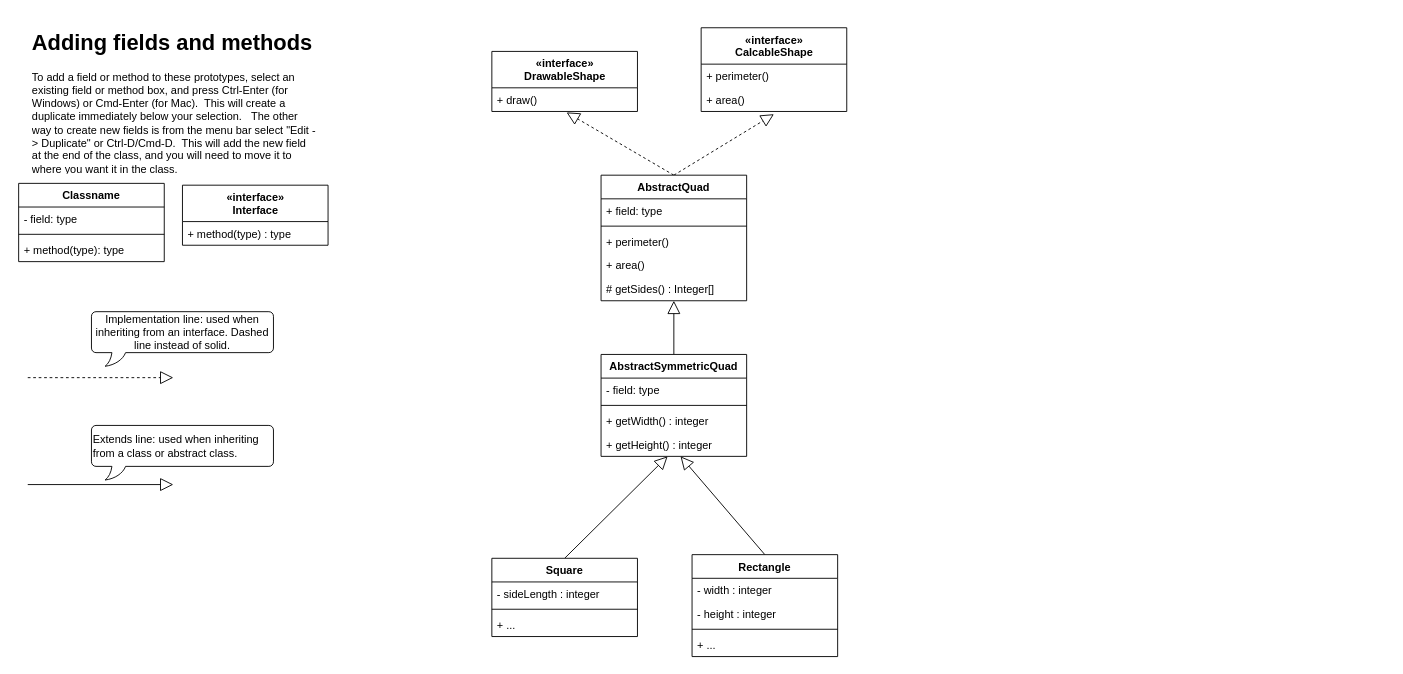
Above: CiSC210_UMLdiagram.drawio in nateqdruen/CiSC210homework (draw.io), before the change. Source tidied: cells renumbered, new cells numbered last; positions are measured from the earlier drawing's top-left corner, leaving out a move shared by most shapes. Both pictures are drawn from the tidied source at 91%, with x=0, y=0 at pixel (18, 25).
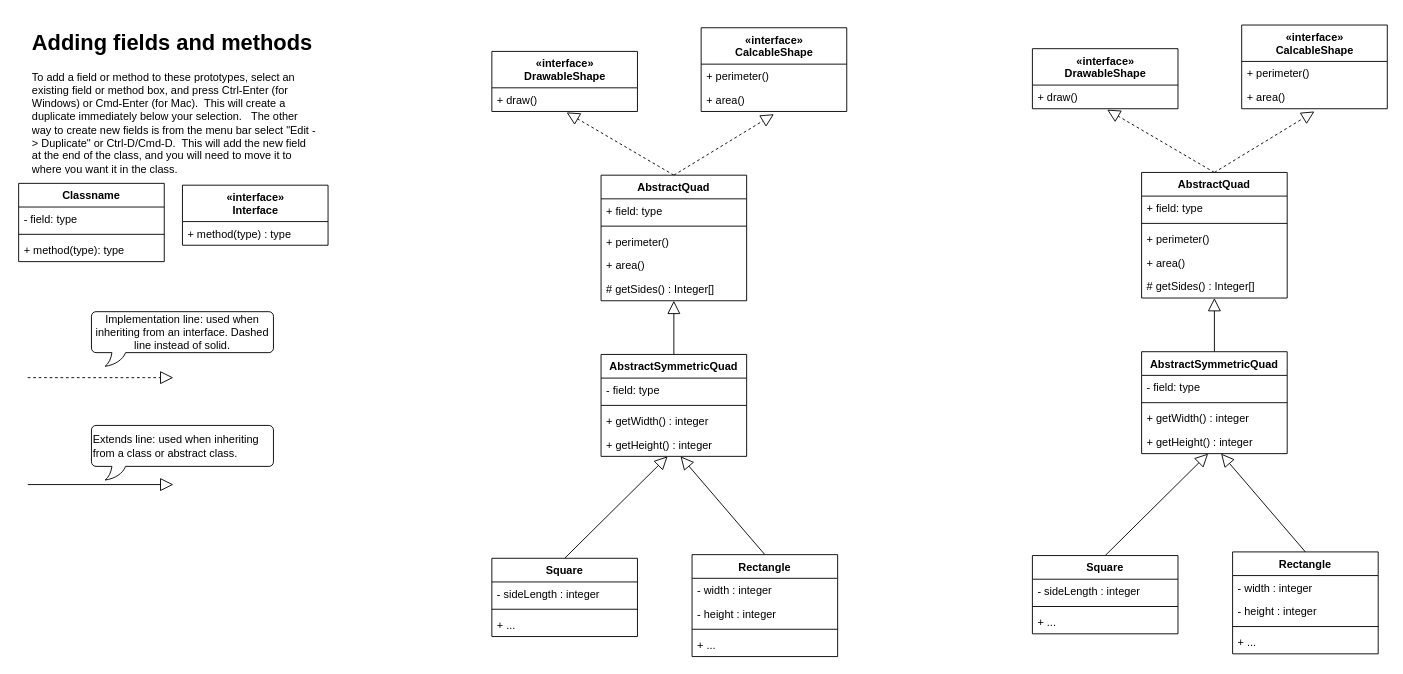
The same diagram, later.

The edit, as a diff of the source:
```diff
@@
+    <mxCell id="43" style="rounded=1;jettySize=auto;html=1;entryX=0.513;entryY=1.038;entryDx=0;entryDy=0;entryPerimeter=0;orthogonal=1;exitX=0.5;exitY=0;exitDx=0;exitDy=0;endArrow=block;endFill=0;endSize=12;dashed=1;" parent="1" edge="1" source="45" target="58">
+      <mxGeometry relative="1" as="geometry" />
+    </mxCell>
+    <mxCell id="44" style="jettySize=auto;html=1;orthogonal=1;exitX=0.5;exitY=0;exitDx=0;exitDy=0;endArrow=block;endFill=0;endSize=12;rounded=1;dashed=1;entryX=0.5;entryY=1.115;entryDx=0;entryDy=0;entryPerimeter=0;" parent="1" edge="1" source="45" target="61">
+      <mxGeometry relative="1" as="geometry" />
+    </mxCell>
+    <mxCell id="45" value="AbstractQuad" style="swimlane;fontStyle=1;align=center;verticalAlign=top;horizontal=1;startSize=26;" parent="1" vertex="1">
+      <mxGeometry x="1234" y="162" width="160" height="138" as="geometry" />
+    </mxCell>
+    <mxCell id="46" value="+ field: type" style="text;strokeColor=none;fillColor=none;align=left;verticalAlign=top;spacingLeft=4;spacingRight=4;overflow=hidden;" parent="45" vertex="1">
+      <mxGeometry y="26" width="160" height="26" as="geometry" />
+    </mxCell>
+    <mxCell id="47" style="line;strokeWidth=1;fillColor=none;align=left;verticalAlign=middle;spacingTop=-1;spacingLeft=3;spacingRight=3;labelPosition=right;" parent="45" vertex="1">
+      <mxGeometry y="52" width="160" height="8" as="geometry" />
+    </mxCell>
+    <mxCell id="48" value="+ perimeter()" style="text;strokeColor=none;fillColor=none;align=left;verticalAlign=top;spacingLeft=4;spacingRight=4;overflow=hidden;" parent="45" vertex="1">
+      <mxGeometry y="60" width="160" height="26" as="geometry" />
+    </mxCell>
+    <mxCell id="49" value="+ area()" style="text;strokeColor=none;fillColor=none;align=left;verticalAlign=top;spacingLeft=4;spacingRight=4;overflow=hidden;" parent="45" vertex="1">
+      <mxGeometry y="86" width="160" height="26" as="geometry" />
+    </mxCell>
+    <mxCell id="50" value="# getSides() : Integer[]" style="text;strokeColor=none;fillColor=none;align=left;verticalAlign=top;spacingLeft=4;spacingRight=4;overflow=hidden;" parent="45" vertex="1">
+      <mxGeometry y="112" width="160" height="26" as="geometry" />
+    </mxCell>
+    <mxCell id="51" style="rounded=1;jettySize=auto;html=1;entryX=0.5;entryY=1;entryDx=0;entryDy=0;orthogonal=1;endArrow=block;endFill=0;endSize=12;" parent="1" edge="1" source="52" target="45">
+      <mxGeometry relative="1" as="geometry" />
+    </mxCell>
+    <mxCell id="52" value="AbstractSymmetricQuad" style="swimlane;fontStyle=1;align=center;verticalAlign=top;horizontal=1;startSize=26;" parent="1" vertex="1">
+      <mxGeometry x="1234" y="359" width="160" height="112" as="geometry" />
+    </mxCell>
+    <mxCell id="53" value="- field: type" style="text;strokeColor=none;fillColor=none;align=left;verticalAlign=top;spacingLeft=4;spacingRight=4;overflow=hidden;" parent="52" vertex="1">
+      <mxGeometry y="26" width="160" height="26" as="geometry" />
+    </mxCell>
+    <mxCell id="54" style="line;strokeWidth=1;fillColor=none;align=left;verticalAlign=middle;spacingTop=-1;spacingLeft=3;spacingRight=3;labelPosition=right;" parent="52" vertex="1">
+      <mxGeometry y="52" width="160" height="8" as="geometry" />
+    </mxCell>
+    <mxCell id="55" value="+ getWidth() : integer" style="text;strokeColor=none;fillColor=none;align=left;verticalAlign=top;spacingLeft=4;spacingRight=4;overflow=hidden;" parent="52" vertex="1">
+      <mxGeometry y="60" width="160" height="26" as="geometry" />
+    </mxCell>
+    <mxCell id="56" value="+ getHeight() : integer" style="text;strokeColor=none;fillColor=none;align=left;verticalAlign=top;spacingLeft=4;spacingRight=4;overflow=hidden;points=[[0,0.5],[1,0.5]];portConstraint=eastwest;" parent="52" vertex="1">
+      <mxGeometry y="86" width="160" height="26" as="geometry" />
+    </mxCell>
+    <mxCell id="57" value="«interface»&lt;br&gt;&lt;b&gt;DrawableShape&lt;/b&gt;" style="swimlane;fontStyle=1;align=center;verticalAlign=top;horizontal=1;startSize=40;html=1;swimlaneLine=1;" parent="1" vertex="1">
+      <mxGeometry x="1114" y="26" width="160" height="66" as="geometry" />
+    </mxCell>
+    <mxCell id="58" value="+ draw()" style="text;strokeColor=none;fillColor=none;align=left;verticalAlign=top;spacingLeft=4;spacingRight=4;overflow=hidden;points=[[0,0.5],[1,0.5]];portConstraint=eastwest;" parent="57" vertex="1">
+      <mxGeometry y="40" width="160" height="26" as="geometry" />
+    </mxCell>
+    <mxCell id="59" value="«interface»&lt;br&gt;&lt;b&gt;CalcableShape&lt;/b&gt;" style="swimlane;fontStyle=1;align=center;verticalAlign=top;horizontal=1;startSize=40;html=1;swimlaneLine=1;" parent="1" vertex="1">
+      <mxGeometry x="1344" width="160" height="92" as="geometry" />
+    </mxCell>
+    <mxCell id="60" value="+ perimeter()" style="text;strokeColor=none;fillColor=none;align=left;verticalAlign=top;spacingLeft=4;spacingRight=4;overflow=hidden;" parent="59" vertex="1">
+      <mxGeometry y="40" width="160" height="26" as="geometry" />
+    </mxCell>
+    <mxCell id="61" value="+ area()" style="text;strokeColor=none;fillColor=none;align=left;verticalAlign=top;spacingLeft=4;spacingRight=4;overflow=hidden;points=[[0,0.5],[1,0.5]];portConstraint=eastwest;" parent="59" vertex="1">
+      <mxGeometry y="66" width="160" height="26" as="geometry" />
+    </mxCell>
+    <mxCell id="62" style="rounded=1;jettySize=auto;html=1;entryX=0.457;entryY=1;entryDx=0;entryDy=0;entryPerimeter=0;orthogonal=1;exitX=0.5;exitY=0;exitDx=0;exitDy=0;endArrow=block;endFill=0;endSize=12;" parent="1" edge="1" source="63" target="56">
+      <mxGeometry relative="1" as="geometry" />
+    </mxCell>
+    <mxCell id="63" value="Square" style="swimlane;fontStyle=1;align=center;verticalAlign=top;horizontal=1;startSize=26;" parent="1" vertex="1">
+      <mxGeometry x="1114" y="583" width="160" height="86" as="geometry" />
+    </mxCell>
+    <mxCell id="64" value="- sideLength : integer" style="text;strokeColor=none;fillColor=none;align=left;verticalAlign=top;spacingLeft=4;spacingRight=4;overflow=hidden;" parent="63" vertex="1">
+      <mxGeometry y="26" width="160" height="26" as="geometry" />
+    </mxCell>
+    <mxCell id="65" style="line;strokeWidth=1;fillColor=none;align=left;verticalAlign=middle;spacingTop=-1;spacingLeft=3;spacingRight=3;labelPosition=right;" parent="63" vertex="1">
+      <mxGeometry y="52" width="160" height="8" as="geometry" />
+    </mxCell>
+    <mxCell id="66" value="+ ..." style="text;strokeColor=none;fillColor=none;align=left;verticalAlign=top;spacingLeft=4;spacingRight=4;overflow=hidden;" parent="63" vertex="1">
+      <mxGeometry y="60" width="160" height="26" as="geometry" />
+    </mxCell>
+    <mxCell id="67" style="rounded=1;jettySize=auto;html=1;entryX=0.546;entryY=1;entryDx=0;entryDy=0;entryPerimeter=0;orthogonal=1;exitX=0.5;exitY=0;exitDx=0;exitDy=0;endArrow=block;endFill=0;endSize=12;" parent="1" edge="1" source="68" target="56">
+      <mxGeometry relative="1" as="geometry" />
+    </mxCell>
+    <mxCell id="68" value="Rectangle" style="swimlane;fontStyle=1;align=center;verticalAlign=top;horizontal=1;startSize=26;" parent="1" vertex="1">
+      <mxGeometry x="1334" y="579" width="160" height="112" as="geometry" />
+    </mxCell>
+    <mxCell id="69" value="- width : integer" style="text;strokeColor=none;fillColor=none;align=left;verticalAlign=top;spacingLeft=4;spacingRight=4;overflow=hidden;" parent="68" vertex="1">
+      <mxGeometry y="26" width="160" height="26" as="geometry" />
+    </mxCell>
+    <mxCell id="70" value="- height : integer" style="text;strokeColor=none;fillColor=none;align=left;verticalAlign=top;spacingLeft=4;spacingRight=4;overflow=hidden;" parent="68" vertex="1">
+      <mxGeometry y="52" width="160" height="26" as="geometry" />
+    </mxCell>
+    <mxCell id="71" style="line;strokeWidth=1;fillColor=none;align=left;verticalAlign=middle;spacingTop=-1;spacingLeft=3;spacingRight=3;labelPosition=right;" parent="68" vertex="1">
+      <mxGeometry y="78" width="160" height="8" as="geometry" />
+    </mxCell>
+    <mxCell id="72" value="+ ..." style="text;strokeColor=none;fillColor=none;align=left;verticalAlign=top;spacingLeft=4;spacingRight=4;overflow=hidden;" parent="68" vertex="1">
+      <mxGeometry y="86" width="160" height="26" as="geometry" />
+    </mxCell>
```
